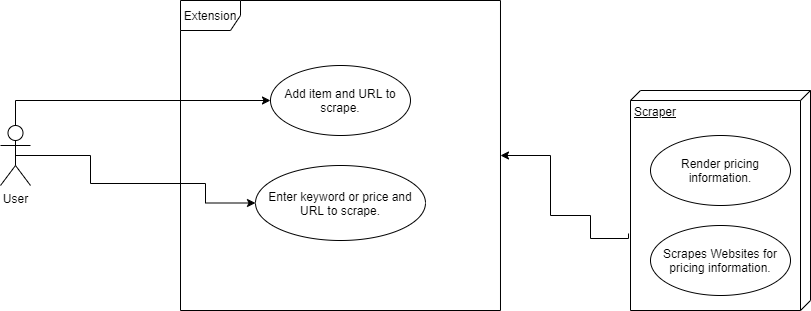
This is Zheng_Peter_PriceMonitoringScraperExtension.png from pete5431/PriceMonitoringScraperExtension, a draw.io export, as it was before one commit. Source tidied: cells renumbered, new cells last; positions are measured from the earlier drawing's top-left corner, leaving out a move shared by most shapes.
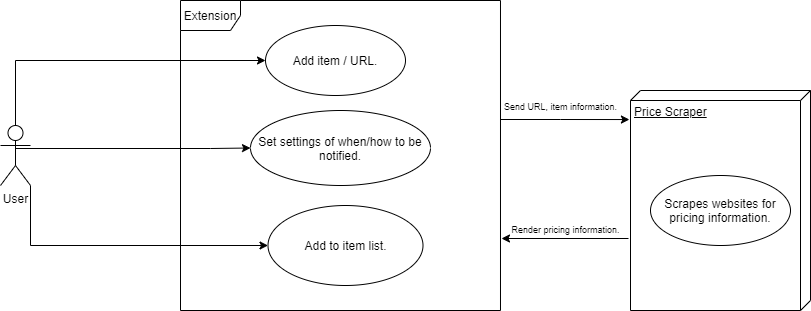
Later version of the same file.

Commit message:
Updated Use Case Diagram

The edit, as a diff of the source:
```diff
@@ -5,7 +5,7 @@
     <mxCell id="2" style="edgeStyle=orthogonalEdgeStyle;rounded=0;jettySize=auto;html=1;entryX=0;entryY=0.5;entryDx=0;entryDy=0;" parent="1" edge="1" source="3" target="5">
       <mxGeometry relative="1" as="geometry">
         <Array as="points">
-          <mxPoint x="15" y="100" />
+          <mxPoint x="15" y="60" />
         </Array>
       </mxGeometry>
     </mxCell>
@@ -15,39 +15,59 @@
     <mxCell id="4" value="Extension" style="shape=umlFrame;whiteSpace=wrap;html=1;" parent="1" vertex="1">
       <mxGeometry x="180" width="320" height="310" as="geometry" />
     </mxCell>
-    <mxCell id="5" value="Add item and URL to scrape." style="ellipse;whiteSpace=wrap;html=1;" parent="1" vertex="1">
-      <mxGeometry x="270" y="65" width="140" height="70" as="geometry" />
+    <mxCell id="5" value="Add item / URL." style="ellipse;whiteSpace=wrap;html=1;" parent="1" vertex="1">
+      <mxGeometry x="265" y="25" width="140" height="70" as="geometry" />
     </mxCell>
-    <mxCell id="6" value="Enter keyword or price and URL to scrape." style="ellipse;whiteSpace=wrap;html=1;" parent="1" vertex="1">
-      <mxGeometry x="255" y="165" width="170" height="75" as="geometry" />
+    <mxCell id="6" value="Set settings of when/how to be notified." style="ellipse;whiteSpace=wrap;html=1;" parent="1" vertex="1">
+      <mxGeometry x="250" y="110" width="180" height="75" as="geometry" />
     </mxCell>
     <mxCell id="7" style="edgeStyle=orthogonalEdgeStyle;rounded=0;jettySize=auto;html=1;entryX=0;entryY=0.5;entryDx=0;entryDy=0;exitX=0.5;exitY=0.5;exitDx=0;exitDy=0;exitPerimeter=0;" parent="1" edge="1" source="3" target="6">
       <mxGeometry relative="1" as="geometry">
         <Array as="points">
-          <mxPoint x="90" y="155" />
-          <mxPoint x="90" y="183" />
-          <mxPoint x="205" y="183" />
+          <mxPoint x="15" y="148" />
+          <mxPoint x="210" y="148" />
         </Array>
       </mxGeometry>
     </mxCell>
-    <mxCell id="8" value="Scraper" style="verticalAlign=top;align=left;spacingTop=8;spacingLeft=2;spacingRight=12;shape=cube;size=10;direction=south;fontStyle=4;html=1;" parent="1" vertex="1">
+    <mxCell id="8" value="Price Scraper" style="verticalAlign=top;align=left;spacingTop=8;spacingLeft=2;spacingRight=12;shape=cube;size=10;direction=south;fontStyle=4;html=1;" parent="1" vertex="1">
       <mxGeometry x="630" y="90" width="180" height="220" as="geometry" />
     </mxCell>
-    <mxCell id="9" value="Render pricing information." style="ellipse;whiteSpace=wrap;html=1;" parent="1" vertex="1">
-      <mxGeometry x="650" y="135" width="140" height="70" as="geometry" />
-    </mxCell>
-    <mxCell id="10" style="edgeStyle=orthogonalEdgeStyle;rounded=0;jettySize=auto;html=1;exitX=0.65;exitY=1.011;exitDx=0;exitDy=0;exitPerimeter=0;" parent="1" edge="1" source="8" target="4">
+    <mxCell id="10" style="edgeStyle=orthogonalEdgeStyle;rounded=0;orthogonalLoop=1;jettySize=auto;html=1;" parent="1" edge="1">
       <mxGeometry relative="1" as="geometry">
+        <mxPoint x="628" y="238" as="sourcePoint" />
+        <mxPoint x="501" y="238" as="targetPoint" />
         <Array as="points">
-          <mxPoint x="590" y="238" />
-          <mxPoint x="590" y="215" />
-          <mxPoint x="550" y="215" />
-          <mxPoint x="550" y="155" />
+          <mxPoint x="628" y="238" />
+          <mxPoint x="501" y="238" />
         </Array>
       </mxGeometry>
     </mxCell>
-    <mxCell id="11" value="Scrapes Websites for pricing information." style="ellipse;whiteSpace=wrap;html=1;" parent="1" vertex="1">
-      <mxGeometry x="650" y="225" width="140" height="70" as="geometry" />
+    <mxCell id="11" value="Scrapes websites for pricing information." style="ellipse;whiteSpace=wrap;html=1;" parent="1" vertex="1">
+      <mxGeometry x="650" y="175" width="140" height="70" as="geometry" />
     </mxCell>
+    <mxCell id="12" style="edgeStyle=orthogonalEdgeStyle;rounded=0;jettySize=auto;html=1;entryX=0.132;entryY=1.006;entryDx=0;entryDy=0;entryPerimeter=0;" parent="1" edge="1" source="4" target="8">
+      <mxGeometry relative="1" as="geometry">
+        <Array as="points">
+          <mxPoint x="560" y="119" />
+          <mxPoint x="560" y="119" />
+        </Array>
+      </mxGeometry>
+    </mxCell>
+    <mxCell id="9" value="&lt;font style=&quot;font-size: 9px&quot;&gt;Render pricing information.&lt;/font&gt;" style="text;html=1;align=center;verticalAlign=middle;" parent="1" vertex="1">
+      <mxGeometry x="505" y="217.5" width="120" height="20" as="geometry" />
+    </mxCell>
+    <mxCell id="13" value="&lt;font style=&quot;font-size: 9px&quot;&gt;Send URL, item information.&lt;/font&gt;" style="text;html=1;align=center;verticalAlign=middle;" parent="1" vertex="1">
+      <mxGeometry x="495" y="95" width="130" height="20" as="geometry" />
+    </mxCell>
+    <mxCell id="14" value="Add to item list." style="ellipse;whiteSpace=wrap;html=1;" parent="1" vertex="1">
+      <mxGeometry x="267.5" y="205" width="155" height="80" as="geometry" />
+    </mxCell>
+    <mxCell id="15" style="edgeStyle=orthogonalEdgeStyle;rounded=0;jettySize=auto;html=1;entryX=0;entryY=0.5;entryDx=0;entryDy=0;exitX=1;exitY=1;exitDx=0;exitDy=0;exitPerimeter=0;" parent="1" edge="1" source="3" target="14">
+      <mxGeometry relative="1" as="geometry">
+        <Array as="points">
+          <mxPoint x="30" y="245" />
+        </Array>
+      </mxGeometry>
+    </mxCell>
   </root>
 </mxGraphModel>
```
